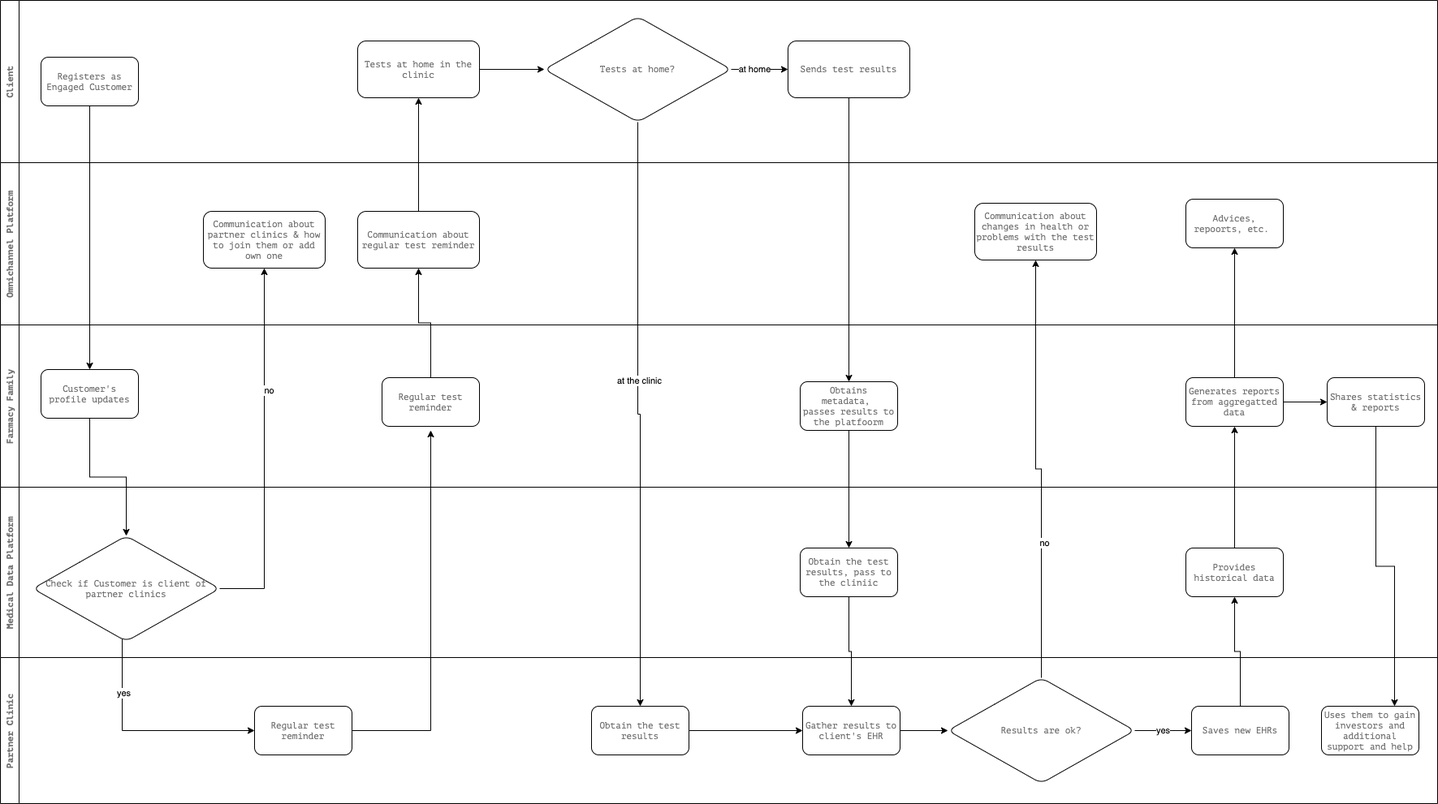
Before: Images/cjm4clinic.png, a diagram exported from draw.io (sakosy/arch_katas_2021). Source tidied: cells renumbered, new cells last; positions are measured from the earlier drawing's top-left corner, leaving out a move shared by most shapes. Its diagram source:
```xml
<mxGraphModel background="#ffffff">
  <root>
    <mxCell id="0" />
    <mxCell id="1" parent="0" />
    <mxCell id="2" value="Client" style="swimlane;horizontal=0;fontFamily=PT Mono;fontSize=11;fontColor=#707070;startSize=23;noLabel=0;" parent="1" vertex="1">
      <mxGeometry width="1770" height="200" as="geometry" />
    </mxCell>
    <mxCell id="3" value="Registers as Engaged Customer" style="whiteSpace=wrap;html=1;rounded=1;fontFamily=PT Mono;fontSize=11;fontColor=#707070;" parent="2" vertex="1">
      <mxGeometry x="50" y="70" width="120" height="60" as="geometry" />
    </mxCell>
    <mxCell id="4" style="edgeStyle=orthogonalEdgeStyle;rounded=0;jettySize=auto;html=1;entryX=0;entryY=0.5;entryDx=0;entryDy=0;" parent="2" edge="1" source="5" target="8">
      <mxGeometry relative="1" as="geometry" />
    </mxCell>
    <mxCell id="5" value="Tests at home in the clinic" style="whiteSpace=wrap;html=1;rounded=1;fontFamily=PT Mono;fontSize=11;fontColor=#707070;" parent="2" vertex="1">
      <mxGeometry x="440" y="50" width="150" height="70" as="geometry" />
    </mxCell>
    <mxCell id="6" style="edgeStyle=orthogonalEdgeStyle;rounded=0;jettySize=auto;html=1;exitX=1;exitY=0.5;exitDx=0;exitDy=0;entryX=0;entryY=0.5;entryDx=0;entryDy=0;" parent="2" edge="1" source="8" target="9">
      <mxGeometry relative="1" as="geometry" />
    </mxCell>
    <mxCell id="7" value="at home" style="edgeLabel;html=1;align=center;verticalAlign=middle;" parent="6" vertex="1">
      <mxGeometry x="-0.2" y="1" relative="1" as="geometry" />
    </mxCell>
    <mxCell id="8" value="Tests at home?" style="rhombus;whiteSpace=wrap;html=1;rounded=1;fontFamily=PT Mono;fontSize=11;fontColor=#707070;" parent="2" vertex="1">
      <mxGeometry x="670" y="20" width="230" height="130" as="geometry" />
    </mxCell>
    <mxCell id="9" value="Sends test results" style="whiteSpace=wrap;html=1;rounded=1;fontFamily=PT Mono;fontSize=11;fontColor=#707070;" parent="2" vertex="1">
      <mxGeometry x="970" y="50" width="150" height="70" as="geometry" />
    </mxCell>
    <mxCell id="10" value="Farmacy Family" style="swimlane;horizontal=0;fontFamily=PT Mono;fontSize=11;fontColor=#707070;" parent="1" vertex="1">
      <mxGeometry y="400" width="1770" height="200" as="geometry" />
    </mxCell>
    <mxCell id="11" value="Customer's profile updates" style="whiteSpace=wrap;html=1;rounded=1;fontFamily=PT Mono;fontSize=11;fontColor=#707070;" parent="10" vertex="1">
      <mxGeometry x="50" y="55" width="120" height="60" as="geometry" />
    </mxCell>
    <mxCell id="12" value="Obtains metadata,&amp;nbsp;&lt;br&gt;passes results to the platfoorm" style="whiteSpace=wrap;html=1;rounded=1;fontFamily=PT Mono;fontSize=11;fontColor=#707070;" parent="10" vertex="1">
      <mxGeometry x="985" y="70" width="120" height="60" as="geometry" />
    </mxCell>
    <mxCell id="13" value="Regular test reminder" style="rounded=1;whiteSpace=wrap;html=1;fontFamily=PT Mono;fontSize=11;fontColor=#707070;" parent="10" vertex="1">
      <mxGeometry x="470" y="65" width="120" height="60" as="geometry" />
    </mxCell>
    <mxCell id="14" style="edgeStyle=orthogonalEdgeStyle;rounded=0;jettySize=auto;html=1;entryX=0;entryY=0.5;entryDx=0;entryDy=0;" parent="10" edge="1" source="15" target="16">
      <mxGeometry relative="1" as="geometry" />
    </mxCell>
    <mxCell id="15" value="Generates reports from aggregatted data" style="whiteSpace=wrap;html=1;rounded=1;fontFamily=PT Mono;fontSize=11;fontColor=#707070;" parent="10" vertex="1">
      <mxGeometry x="1460" y="65" width="120" height="60" as="geometry" />
    </mxCell>
    <mxCell id="16" value="Shares statistics &amp;amp; reports" style="whiteSpace=wrap;html=1;rounded=1;fontFamily=PT Mono;fontSize=11;fontColor=#707070;" parent="10" vertex="1">
      <mxGeometry x="1634" y="65" width="120" height="60" as="geometry" />
    </mxCell>
    <mxCell id="17" value="Omnichannel Platform" style="swimlane;horizontal=0;fontFamily=PT Mono;fontSize=11;fontColor=#707070;" parent="1" vertex="1">
      <mxGeometry y="200" width="1770" height="200" as="geometry" />
    </mxCell>
    <mxCell id="18" style="edgeStyle=orthogonalEdgeStyle;rounded=0;orthogonalLoop=1;jettySize=auto;html=1;fontFamily=PT Mono;fontSize=11;fontColor=#707070;startArrow=none;startFill=0;endArrow=classic;endFill=1;verticalAlign=middle;" parent="17" edge="1">
      <mxGeometry relative="1" as="geometry">
        <mxPoint x="390" y="135" as="sourcePoint" />
      </mxGeometry>
    </mxCell>
    <mxCell id="19" value="Communication about partner clinics &amp;amp; how to join them or add own one" style="whiteSpace=wrap;html=1;rounded=1;fontFamily=PT Mono;fontSize=11;fontColor=#707070;" parent="17" vertex="1">
      <mxGeometry x="250" y="60" width="150" height="70" as="geometry" />
    </mxCell>
    <mxCell id="20" value="Communication about regular test reminder" style="whiteSpace=wrap;html=1;rounded=1;fontFamily=PT Mono;fontSize=11;fontColor=#707070;" parent="17" vertex="1">
      <mxGeometry x="440" y="60" width="150" height="70" as="geometry" />
    </mxCell>
    <mxCell id="21" value="Communication about changes in health or problems with the test results" style="whiteSpace=wrap;html=1;rounded=1;fontFamily=PT Mono;fontSize=11;fontColor=#707070;" parent="17" vertex="1">
      <mxGeometry x="1200" y="50" width="150" height="70" as="geometry" />
    </mxCell>
    <mxCell id="22" value="Advices, repoorts, etc.&amp;nbsp;" style="whiteSpace=wrap;html=1;rounded=1;fontFamily=PT Mono;fontSize=11;fontColor=#707070;" parent="17" vertex="1">
      <mxGeometry x="1460" y="45" width="120" height="60" as="geometry" />
    </mxCell>
    <mxCell id="23" value="Medical Data Platform" style="swimlane;horizontal=0;fontFamily=PT Mono;fontSize=11;fontColor=#707070;" parent="1" vertex="1">
      <mxGeometry y="600" width="1770" height="210" as="geometry" />
    </mxCell>
    <mxCell id="24" style="edgeStyle=orthogonalEdgeStyle;rounded=0;orthogonalLoop=1;jettySize=auto;html=1;fontFamily=PT Mono;fontSize=11;fontColor=#707070;startArrow=none;startFill=0;endArrow=classic;endFill=1;verticalAlign=middle;" parent="23" edge="1">
      <mxGeometry relative="1" as="geometry">
        <mxPoint x="390" y="135" as="sourcePoint" />
      </mxGeometry>
    </mxCell>
    <mxCell id="25" value="Check if Customer is client of partner clinics" style="rhombus;whiteSpace=wrap;html=1;rounded=1;fontFamily=PT Mono;fontSize=11;fontColor=#707070;" parent="23" vertex="1">
      <mxGeometry x="40" y="60" width="230" height="130" as="geometry" />
    </mxCell>
    <mxCell id="26" value="Obtain the test results, pass to the cliniic" style="whiteSpace=wrap;html=1;rounded=1;fontFamily=PT Mono;fontSize=11;fontColor=#707070;" parent="23" vertex="1">
      <mxGeometry x="985" y="75" width="120" height="60" as="geometry" />
    </mxCell>
    <mxCell id="27" value="Provides historical data" style="whiteSpace=wrap;html=1;rounded=1;fontFamily=PT Mono;fontSize=11;fontColor=#707070;" parent="23" vertex="1">
      <mxGeometry x="1460" y="75" width="120" height="60" as="geometry" />
    </mxCell>
    <mxCell id="28" value="Partner Clinic" style="swimlane;horizontal=0;fontFamily=PT Mono;fontSize=11;fontColor=#707070;" parent="1" vertex="1">
      <mxGeometry y="810" width="1770" height="180" as="geometry" />
    </mxCell>
    <mxCell id="29" value="Regular test reminder" style="rounded=1;whiteSpace=wrap;html=1;fontFamily=PT Mono;fontSize=11;fontColor=#707070;" parent="28" vertex="1">
      <mxGeometry x="313" y="60" width="120" height="60" as="geometry" />
    </mxCell>
    <mxCell id="30" style="edgeStyle=orthogonalEdgeStyle;rounded=0;jettySize=auto;html=1;entryX=0;entryY=0.5;entryDx=0;entryDy=0;fontFamily=PT Mono;fontSize=11;fontColor=#707070;startArrow=none;startFill=0;endArrow=classic;endFill=1;verticalAlign=middle;" parent="28" edge="1" source="31" target="33">
      <mxGeometry relative="1" as="geometry" />
    </mxCell>
    <mxCell id="31" value="Obtain the test results" style="whiteSpace=wrap;html=1;rounded=1;fontFamily=PT Mono;fontSize=11;fontColor=#707070;" parent="28" vertex="1">
      <mxGeometry x="728" y="60" width="120" height="60" as="geometry" />
    </mxCell>
    <mxCell id="32" style="edgeStyle=orthogonalEdgeStyle;rounded=0;jettySize=auto;html=1;entryX=0;entryY=0.5;entryDx=0;entryDy=0;" parent="28" edge="1" source="33" target="35">
      <mxGeometry relative="1" as="geometry" />
    </mxCell>
    <mxCell id="33" value="Gather results to client's EHR" style="whiteSpace=wrap;html=1;rounded=1;fontFamily=PT Mono;fontSize=11;fontColor=#707070;" parent="28" vertex="1">
      <mxGeometry x="988" y="60" width="120" height="60" as="geometry" />
    </mxCell>
    <mxCell id="34" value="yes" style="edgeStyle=orthogonalEdgeStyle;rounded=0;jettySize=auto;html=1;entryX=0;entryY=0.5;entryDx=0;entryDy=0;" parent="28" edge="1" source="35" target="36">
      <mxGeometry relative="1" as="geometry" />
    </mxCell>
    <mxCell id="35" value="Results are ok?" style="rhombus;whiteSpace=wrap;html=1;rounded=1;fontFamily=PT Mono;fontSize=11;fontColor=#707070;" parent="28" vertex="1">
      <mxGeometry x="1167" y="25" width="230" height="130" as="geometry" />
    </mxCell>
    <mxCell id="36" value="Saves new EHRs" style="whiteSpace=wrap;html=1;rounded=1;fontFamily=PT Mono;fontSize=11;fontColor=#707070;" parent="28" vertex="1">
      <mxGeometry x="1467" y="60" width="120" height="60" as="geometry" />
    </mxCell>
    <mxCell id="37" value="Uses them to gain investors and additional support and help" style="whiteSpace=wrap;html=1;rounded=1;fontFamily=PT Mono;fontSize=11;fontColor=#707070;" parent="28" vertex="1">
      <mxGeometry x="1627" y="60" width="120" height="60" as="geometry" />
    </mxCell>
    <mxCell id="38" style="edgeStyle=orthogonalEdgeStyle;rounded=0;jettySize=auto;html=1;entryX=0.5;entryY=0;entryDx=0;entryDy=0;" parent="1" edge="1" source="3" target="11">
      <mxGeometry relative="1" as="geometry" />
    </mxCell>
    <mxCell id="39" style="edgeStyle=orthogonalEdgeStyle;rounded=0;jettySize=auto;html=1;entryX=0.5;entryY=0;entryDx=0;entryDy=0;" parent="1" edge="1" source="11" target="25">
      <mxGeometry relative="1" as="geometry" />
    </mxCell>
    <mxCell id="40" style="edgeStyle=orthogonalEdgeStyle;rounded=0;jettySize=auto;html=1;exitX=1;exitY=0.5;exitDx=0;exitDy=0;entryX=0.5;entryY=1;entryDx=0;entryDy=0;" parent="1" edge="1" source="25" target="19">
      <mxGeometry relative="1" as="geometry" />
    </mxCell>
    <mxCell id="41" value="no" style="edgeLabel;html=1;align=center;verticalAlign=middle;" parent="40" vertex="1">
      <mxGeometry x="0.33" y="-5" relative="1" as="geometry" />
    </mxCell>
    <mxCell id="42" style="edgeStyle=orthogonalEdgeStyle;rounded=0;jettySize=auto;html=1;entryX=0;entryY=0.5;entryDx=0;entryDy=0;" parent="1" edge="1" source="25" target="29">
      <mxGeometry relative="1" as="geometry">
        <Array as="points">
          <mxPoint x="150" y="900" />
        </Array>
      </mxGeometry>
    </mxCell>
    <mxCell id="43" value="yes" style="edgeLabel;html=1;align=center;verticalAlign=middle;" parent="42" vertex="1">
      <mxGeometry x="-0.52" y="1" relative="1" as="geometry" />
    </mxCell>
    <mxCell id="44" style="edgeStyle=orthogonalEdgeStyle;rounded=0;jettySize=auto;html=1;" parent="1" edge="1" source="29">
      <mxGeometry relative="1" as="geometry">
        <mxPoint x="530" y="530" as="targetPoint" />
      </mxGeometry>
    </mxCell>
    <mxCell id="45" style="edgeStyle=orthogonalEdgeStyle;rounded=0;jettySize=auto;html=1;entryX=0.5;entryY=1;entryDx=0;entryDy=0;" parent="1" edge="1" source="13" target="20">
      <mxGeometry relative="1" as="geometry" />
    </mxCell>
    <mxCell id="46" style="edgeStyle=orthogonalEdgeStyle;rounded=0;jettySize=auto;html=1;" parent="1" edge="1" source="20" target="5">
      <mxGeometry relative="1" as="geometry" />
    </mxCell>
    <mxCell id="47" style="edgeStyle=orthogonalEdgeStyle;rounded=0;jettySize=auto;html=1;entryX=0.5;entryY=0;entryDx=0;entryDy=0;" parent="1" edge="1" source="8" target="31">
      <mxGeometry relative="1" as="geometry" />
    </mxCell>
    <mxCell id="48" value="at the clinic" style="edgeLabel;html=1;align=center;verticalAlign=middle;" parent="47" vertex="1">
      <mxGeometry x="-0.12" y="1" relative="1" as="geometry" />
    </mxCell>
    <mxCell id="49" style="edgeStyle=orthogonalEdgeStyle;rounded=0;jettySize=auto;html=1;entryX=0.5;entryY=0;entryDx=0;entryDy=0;" parent="1" edge="1" source="9" target="12">
      <mxGeometry relative="1" as="geometry" />
    </mxCell>
    <mxCell id="50" style="edgeStyle=orthogonalEdgeStyle;rounded=0;jettySize=auto;html=1;entryX=0.5;entryY=0;entryDx=0;entryDy=0;" parent="1" edge="1" source="12" target="26">
      <mxGeometry relative="1" as="geometry" />
    </mxCell>
    <mxCell id="51" style="edgeStyle=orthogonalEdgeStyle;rounded=0;jettySize=auto;html=1;entryX=0.5;entryY=0;entryDx=0;entryDy=0;" parent="1" edge="1" source="26" target="33">
      <mxGeometry relative="1" as="geometry" />
    </mxCell>
    <mxCell id="52" style="edgeStyle=orthogonalEdgeStyle;rounded=0;jettySize=auto;html=1;entryX=0.5;entryY=1;entryDx=0;entryDy=0;" parent="1" edge="1" source="35" target="21">
      <mxGeometry relative="1" as="geometry" />
    </mxCell>
    <mxCell id="53" value="no" style="edgeLabel;html=1;align=center;verticalAlign=middle;" parent="52" vertex="1">
      <mxGeometry x="-0.36" y="-3" relative="1" as="geometry" />
    </mxCell>
    <mxCell id="54" style="edgeStyle=orthogonalEdgeStyle;rounded=0;jettySize=auto;html=1;entryX=0.5;entryY=1;entryDx=0;entryDy=0;" parent="1" edge="1" source="36" target="27">
      <mxGeometry relative="1" as="geometry" />
    </mxCell>
    <mxCell id="55" style="edgeStyle=orthogonalEdgeStyle;rounded=0;jettySize=auto;html=1;" parent="1" edge="1" source="27" target="15">
      <mxGeometry relative="1" as="geometry" />
    </mxCell>
    <mxCell id="56" style="edgeStyle=orthogonalEdgeStyle;rounded=0;jettySize=auto;html=1;entryX=0.5;entryY=1;entryDx=0;entryDy=0;" parent="1" edge="1" source="15" target="22">
      <mxGeometry relative="1" as="geometry" />
    </mxCell>
    <mxCell id="57" style="edgeStyle=orthogonalEdgeStyle;rounded=0;jettySize=auto;html=1;entryX=0.75;entryY=0;entryDx=0;entryDy=0;" parent="1" edge="1" source="16" target="37">
      <mxGeometry relative="1" as="geometry" />
    </mxCell>
  </root>
</mxGraphModel>
```
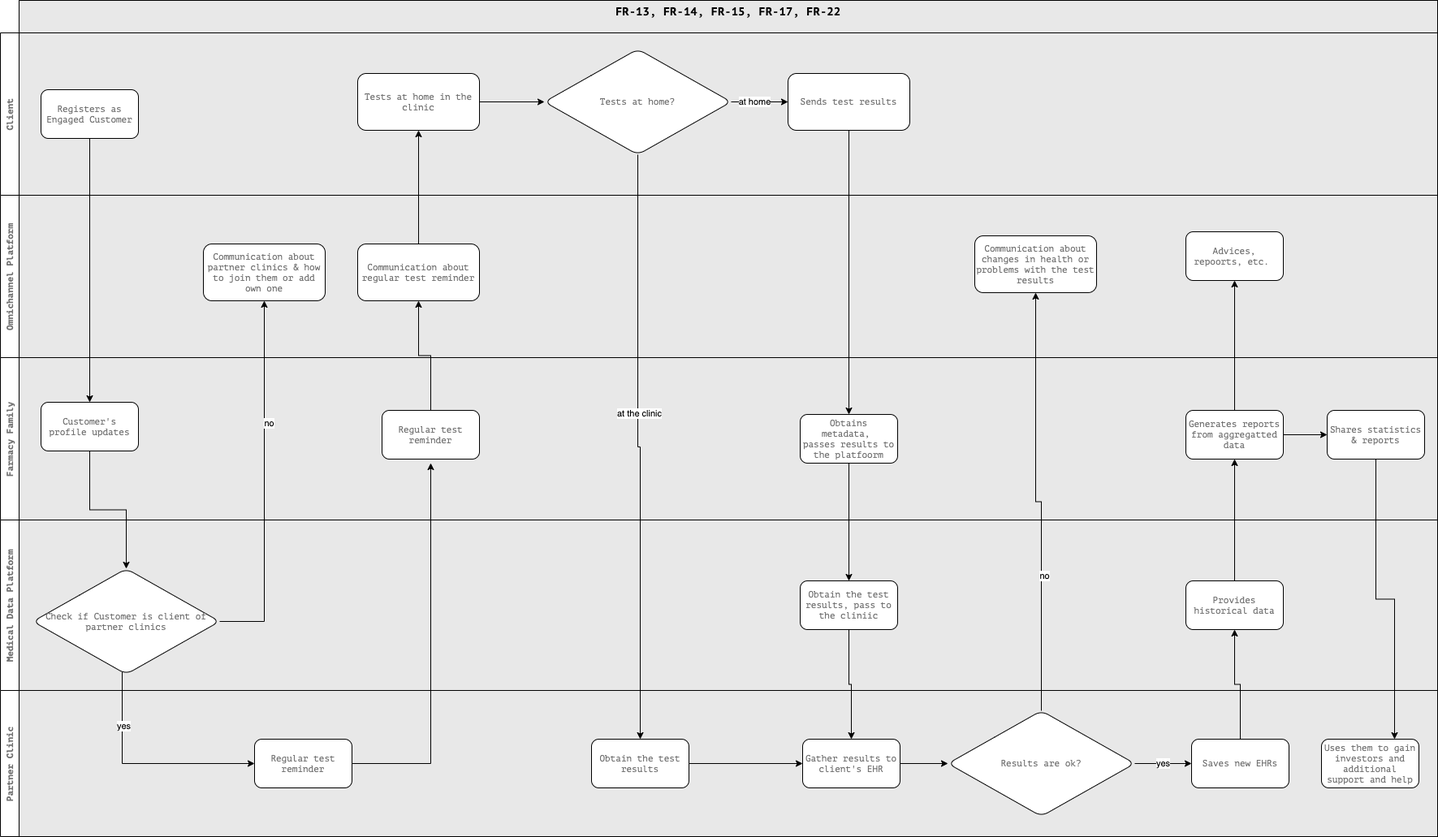
Above is the later version.

Commit message:
Added links to FR to Clinics CJM Diagram

Change to the diagram source:
```diff
@@ -2,6 +2,9 @@
   <root>
     <mxCell id="0" />
     <mxCell id="1" parent="0" />
+    <mxCell id="58" value="FR-13,&amp;nbsp;FR-14, FR-15, FR-17, FR-22" style="rounded=0;whiteSpace=wrap;html=1;fontFamily=PT Mono;fontSize=14;fillColor=#E8E8E8;verticalAlign=top;fontStyle=1;" parent="1" vertex="1">
+      <mxGeometry x="23" y="-40" width="1747" height="1030" as="geometry" />
+    </mxCell>
     <mxCell id="2" value="Client" style="swimlane;horizontal=0;fontFamily=PT Mono;fontSize=11;fontColor=#707070;startSize=23;noLabel=0;" parent="1" vertex="1">
       <mxGeometry width="1770" height="200" as="geometry" />
     </mxCell>
```
